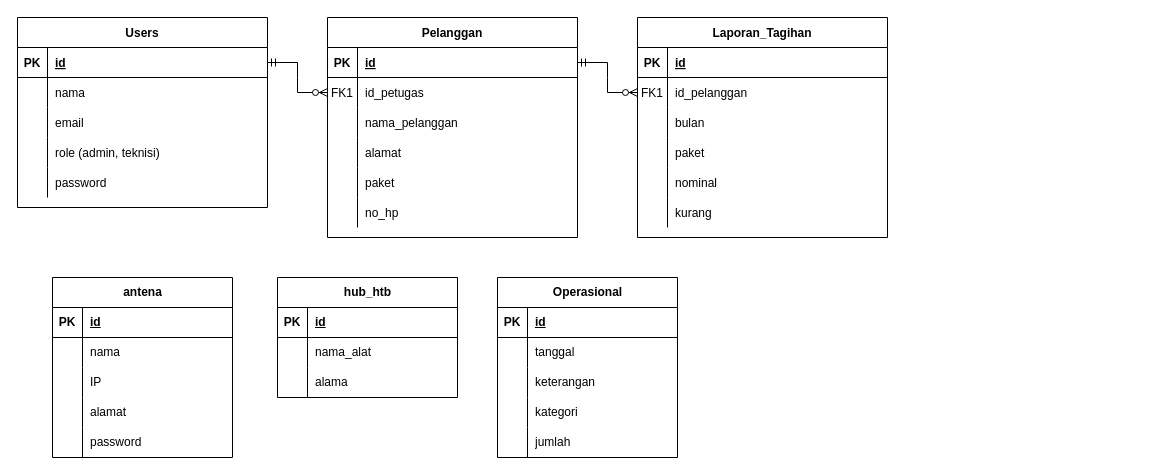
Above: Untitled Diagram.drawio in zzarr/Project3-design-diagram (draw.io), before the change. Source tidied: cells renumbered, new cells numbered last; positions are measured from the earlier drawing's top-left corner, leaving out a move shared by most shapes. Both pictures are drawn from the tidied source at 100%, with x=0, y=0 at pixel (17, 17).
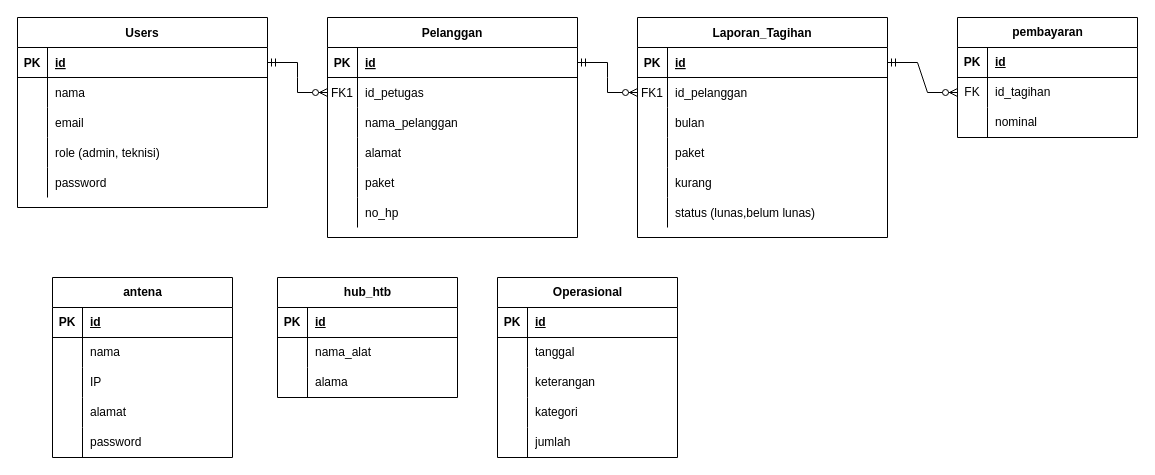
After the change.

Unchanged cells that the change refers to:
```xml
<mxCell id="21" value="Laporan_Tagihan" style="shape=table;startSize=30;childLayout=tableLayout;rowLines=0;fontStyle=1;align=center;" parent="1" vertex="1">
  <mxGeometry x="620" width="250" height="220" as="geometry" />
</mxCell>
<mxCell id="22" style="shape=partialRectangle;fillColor=none;points=[[0,0.5],[1,0.5]];portConstraint=eastwest;top=0;left=0;right=0;bottom=1;" parent="21" vertex="1">
  <mxGeometry y="30" width="250" height="30" as="geometry" />
</mxCell>
```

Diff of the diagram source:
```diff
@@
-    <mxCell id="34" style="shape=partialRectangle;fillColor=none;top=0;left=0;right=0;bottom=0;" parent="21" vertex="1">
-      <mxGeometry y="150" width="250" height="30" as="geometry" />
-    </mxCell>
-    <mxCell id="35" style="shape=partialRectangle;overflow=hidden;fillColor=none;top=0;left=0;bottom=0;right=0;" parent="34" vertex="1">
-      <mxGeometry width="30" height="30" as="geometry" />
-    </mxCell>
-    <mxCell id="36" value="nominal" style="shape=partialRectangle;overflow=hidden;fillColor=none;top=0;left=0;bottom=0;right=0;align=left;spacingLeft=6;" parent="34" vertex="1">
-      <mxGeometry x="30" width="220" height="30" as="geometry" />
-    </mxCell>
     <mxCell id="37" style="shape=partialRectangle;fillColor=none;top=0;left=0;right=0;bottom=0;" parent="21" vertex="1">
-      <mxGeometry y="180" width="250" height="30" as="geometry" />
+      <mxGeometry y="150" width="250" height="30" as="geometry" />
     </mxCell>
@@
+    <mxCell id="100" style="shape=partialRectangle;fillColor=none;top=0;left=0;right=0;bottom=0;" parent="21" vertex="1">
+      <mxGeometry y="180" width="250" height="30" as="geometry" />
+    </mxCell>
+    <mxCell id="35" style="shape=partialRectangle;overflow=hidden;fillColor=none;top=0;left=0;bottom=0;right=0;" parent="100" vertex="1">
+      <mxGeometry width="30" height="30" as="geometry" />
+    </mxCell>
+    <mxCell id="101" value="status (lunas,belum lunas)" style="shape=partialRectangle;overflow=hidden;fillColor=none;top=0;left=0;bottom=0;right=0;align=left;spacingLeft=6;" parent="100" vertex="1">
+      <mxGeometry x="30" width="220" height="30" as="geometry" />
+    </mxCell>
@@
+    <mxCell id="102" value="pembayaran" style="shape=table;startSize=30;childLayout=tableLayout;rowLines=0;fontStyle=1;align=center;html=1;" parent="1" vertex="1">
+      <mxGeometry x="940" width="180" height="120" as="geometry" />
+    </mxCell>
+    <mxCell id="103" style="shape=tableRow;horizontal=0;startSize=0;swimlaneHead=0;swimlaneBody=0;fillColor=none;top=0;left=0;right=0;bottom=1;" parent="102" vertex="1">
+      <mxGeometry y="30" width="180" height="30" as="geometry" />
+    </mxCell>
+    <mxCell id="104" value="PK" style="shape=partialRectangle;fillColor=none;top=0;left=0;bottom=0;right=0;fontStyle=1;overflow=hidden;whiteSpace=wrap;html=1;" parent="103" vertex="1">
+      <mxGeometry width="30" height="30" as="geometry" />
+    </mxCell>
+    <mxCell id="105" value="id" style="shape=partialRectangle;fillColor=none;top=0;left=0;bottom=0;right=0;align=left;spacingLeft=6;fontStyle=5;overflow=hidden;whiteSpace=wrap;html=1;" parent="103" vertex="1">
+      <mxGeometry x="30" width="150" height="30" as="geometry" />
+    </mxCell>
+    <mxCell id="106" style="shape=tableRow;horizontal=0;startSize=0;swimlaneHead=0;swimlaneBody=0;fillColor=none;points=[[0,0.5],[1,0.5]];portConstraint=eastwest;top=0;left=0;right=0;bottom=0;" parent="102" vertex="1">
+      <mxGeometry y="60" width="180" height="30" as="geometry" />
+    </mxCell>
+    <mxCell id="107" value="FK" style="shape=partialRectangle;fillColor=none;top=0;left=0;bottom=0;right=0;overflow=hidden;whiteSpace=wrap;html=1;" parent="106" vertex="1">
+      <mxGeometry width="30" height="30" as="geometry" />
+    </mxCell>
+    <mxCell id="108" value="id_tagihan" style="shape=partialRectangle;fillColor=none;top=0;left=0;bottom=0;right=0;align=left;spacingLeft=6;overflow=hidden;whiteSpace=wrap;html=1;" parent="106" vertex="1">
+      <mxGeometry x="30" width="150" height="30" as="geometry" />
+    </mxCell>
+    <mxCell id="109" style="shape=tableRow;horizontal=0;startSize=0;swimlaneHead=0;swimlaneBody=0;fillColor=none;top=0;left=0;right=0;bottom=0;" parent="102" vertex="1">
+      <mxGeometry y="90" width="180" height="30" as="geometry" />
+    </mxCell>
+    <mxCell id="110" style="shape=partialRectangle;fillColor=none;top=0;left=0;bottom=0;right=0;overflow=hidden;whiteSpace=wrap;html=1;" parent="109" vertex="1">
+      <mxGeometry width="30" height="30" as="geometry" />
+    </mxCell>
+    <mxCell id="36" value="nominal" style="shape=partialRectangle;fillColor=none;top=0;left=0;bottom=0;right=0;align=left;spacingLeft=6;overflow=hidden;whiteSpace=wrap;html=1;" parent="109" vertex="1">
+      <mxGeometry x="30" width="150" height="30" as="geometry" />
+    </mxCell>
+    <mxCell id="111" style="edgeStyle=entityRelationEdgeStyle;fontSize=12;html=1;endArrow=ERzeroToMany;startArrow=ERmandOne;rounded=0;entryX=0;entryY=0.5;entryDx=0;entryDy=0;exitX=1;exitY=0.5;exitDx=0;exitDy=0;" parent="1" edge="1" source="22" target="106">
+      <mxGeometry relative="1" as="geometry" />
+    </mxCell>
```
